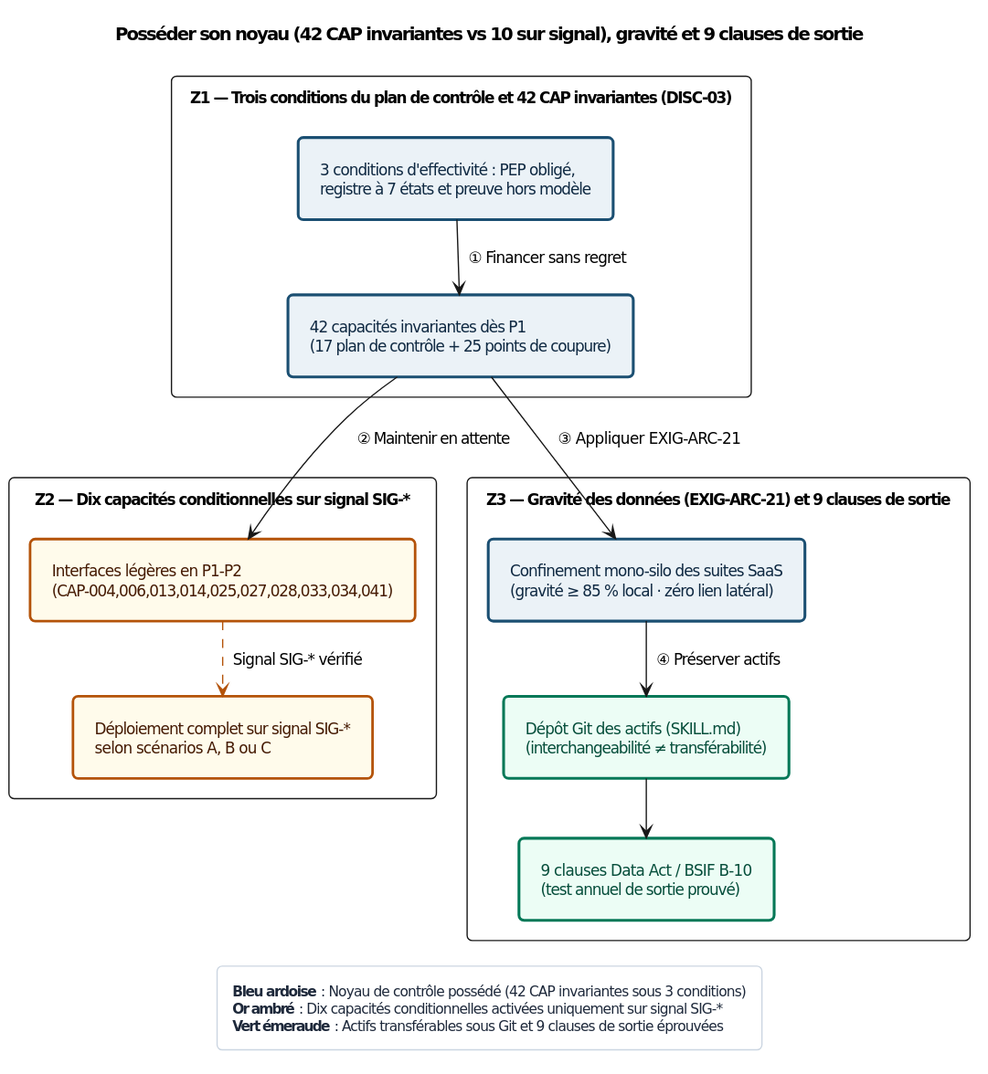
Earlier version of the PlantUML export Compendium/ouvrage/schemas/rendus/SCH-06-02.svg (agbruneau/Agentique).
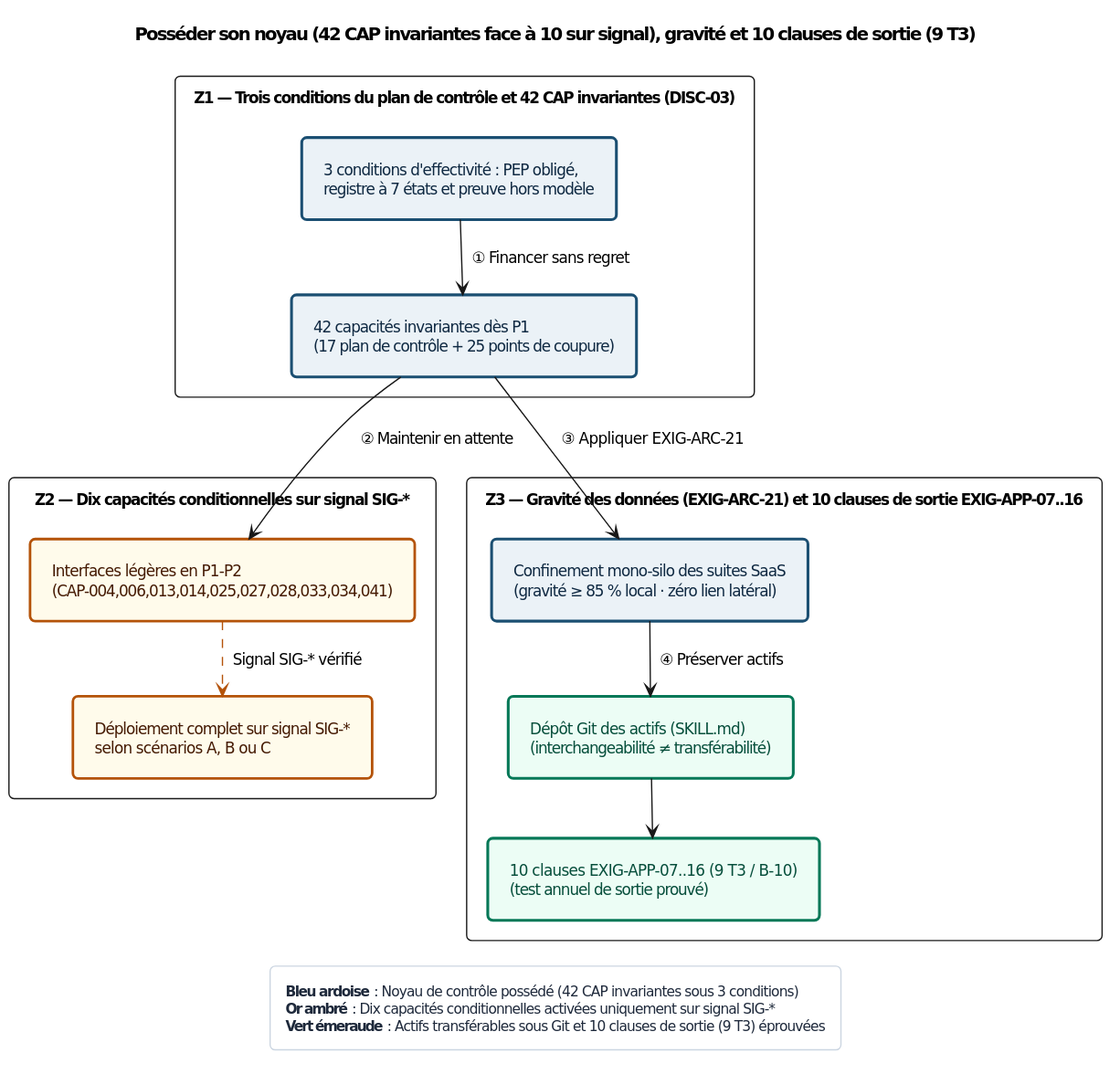
Above is the later version.

Diff of the diagram source:
```diff
@@ -25,7 +25,7 @@
 skinparam padding 7
 
 top to bottom direction
-title Posséder son noyau (42 CAP invariantes vs 10 sur signal), gravité et 9 clauses de sortie
+title Posséder son noyau (42 CAP invariantes face à 10 sur signal), gravité et 10 clauses de sortie (9 T3)
 
 package "Z1 — Trois conditions du plan de contrôle et 42 CAP invariantes (DISC-03)" {
   rectangle "3 conditions d'effectivité : PEP obligé,\nregistre à 7 états et preuve hors modèle" as N1 <<det>>
@@ -40,10 +40,10 @@
   N3 .[#B45309].> N4 : Signal SIG-* vérifié
 }
 
-package "Z3 — Gravité des données (EXIG-ARC-21) et 9 clauses de sortie" {
+package "Z3 — Gravité des données (EXIG-ARC-21) et 10 clauses de sortie EXIG-APP-07..16" {
   rectangle "Confinement mono-silo des suites SaaS\n(gravité ≥ 85 % local · zéro lien latéral)" as N5 <<det>>
   rectangle "Dépôt Git des actifs (SKILL.md)\n(interchangeabilité ≠ transférabilité)" as N6 <<green>>
-  rectangle "9 clauses Data Act / BSIF B-10\n(test annuel de sortie prouvé)" as N7 <<green>>
+  rectangle "10 clauses EXIG-APP-07..16 (9 T3 / B-10)\n(test annuel de sortie prouvé)" as N7 <<green>>
   N2 --> N5 : ③ Appliquer EXIG-ARC-21
   N5 --> N6 : ④ Préserver actifs
   N6 --> N7
@@ -52,6 +52,6 @@
 legend bottom
   **Bleu ardoise** : Noyau de contrôle possédé (42 CAP invariantes sous 3 conditions)
   **Or ambré** : Dix capacités conditionnelles activées uniquement sur signal SIG-*
-  **Vert émeraude** : Actifs transférables sous Git et 9 clauses de sortie éprouvées
+  **Vert émeraude** : Actifs transférables sous Git et 10 clauses de sortie (9 T3) éprouvées
 end legend
 @enduml
```
